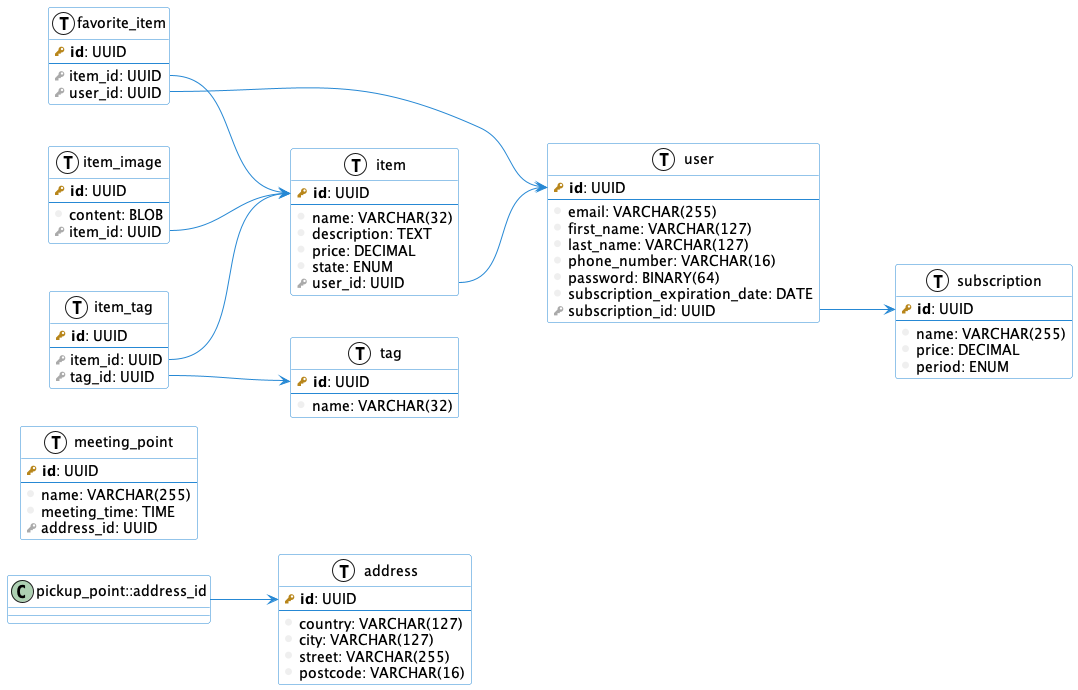
The PlantUML diagram db.png in danilshvalov/databases-lab, before a commit.
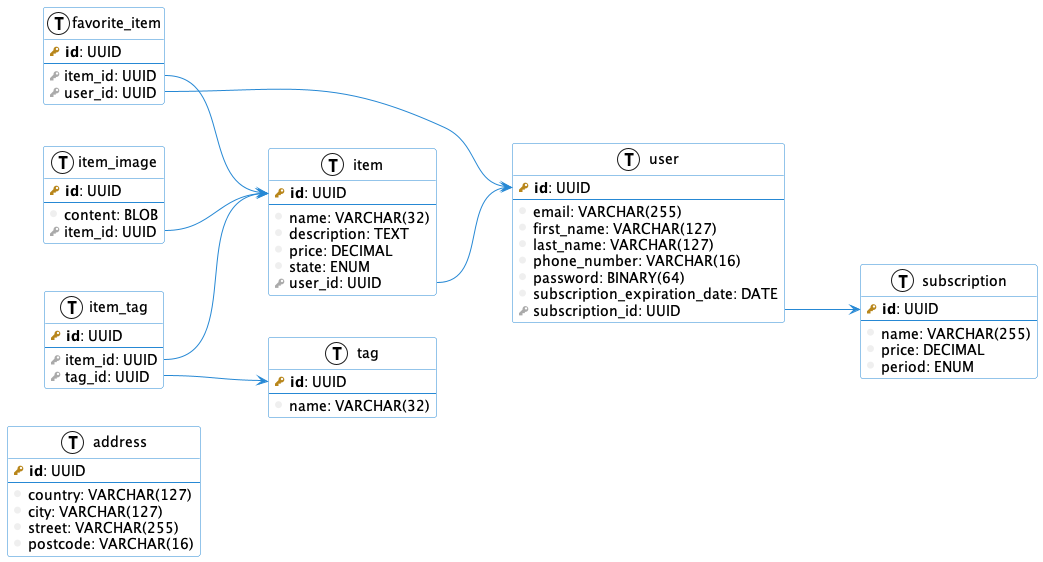
Above is the later version.

Commit message:
refactor(puml): remove extra table

Diff of the diagram source:
```diff
@@ -22,16 +22,6 @@
     column(street): VARCHAR(255)
     column(postcode): VARCHAR(16)
 }
-
-table(meeting_point) {
-    primary_key(id): UUID
-    --
-    column(name): VARCHAR(255)
-    column(meeting_time): TIME
-    foreign_key(address_id): UUID
-}
-
-pickup_point::address_id --> address::id
 
 table(subscription) {
     primary_key(id): UUID
```
